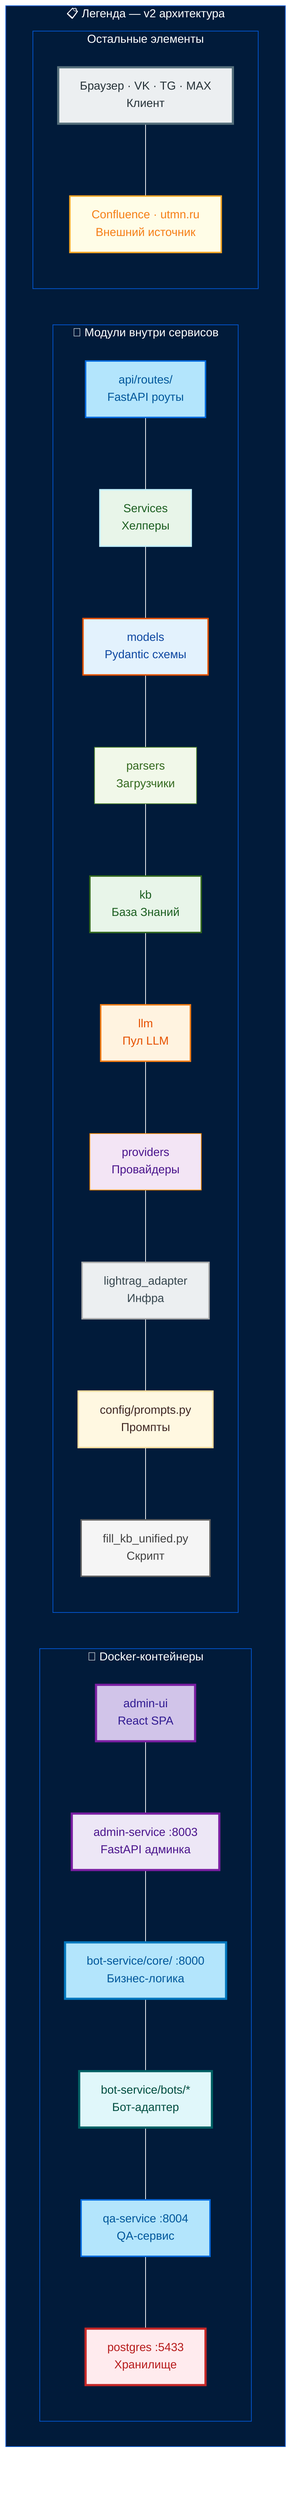
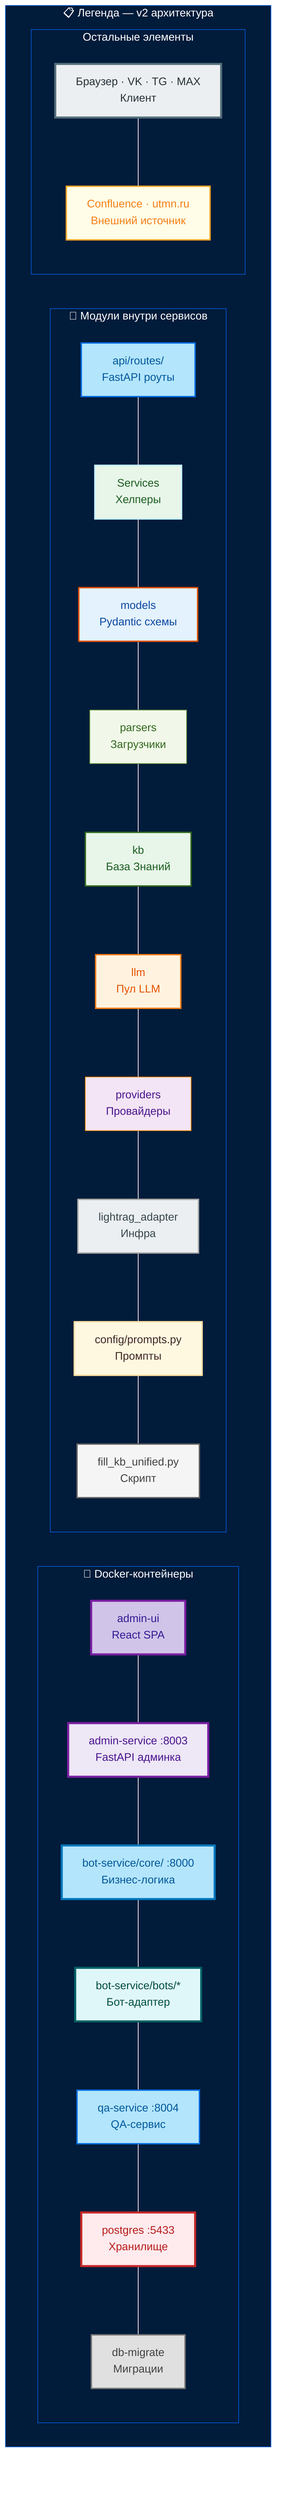
%%{
  init: {
    'theme': 'base',
    'themeVariables': {
      'background': '#011B3A',
      'primaryColor': '#032B50',
      'primaryTextColor': '#FFFFFF',
      'primaryBorderColor': '#046CE0',
      'lineColor': '#FFFFFF',
      'secondaryColor': '#021E39',
      'tertiaryColor': '#021E39',
      'clusterBkg': '#011B3A',
      'clusterBorder': '#0357D2',
      'nodeBorder': '#046CE0',
      'nodeTextColor': '#FFFFFF',
      'titleColor': '#FFFFFF'
    },
    'flowchart': {
      'htmlLabels': true,
      'curve': 'basis'
    }
  }
}%%

flowchart TB

  classDef admin fill:#EDE7F6,stroke:#7B1FA2,stroke-width:3px,color:#4A148C
  classDef ui fill:#D1C4E9,stroke:#7B1FA2,stroke-width:3px,color:#311B92
  classDef adapt fill:#E0F7FA,stroke:#006064,stroke-width:3px,color:#004D40
  classDef core fill:#B3E5FC,stroke:#0277BD,stroke-width:3px,color:#01579B
  classDef services fill:#E8F5E9,stroke:#C4F1FB,stroke-width:2px,color:#1B5E20
  classDef api fill:#B3E5FC,stroke:#046CE0,stroke-width:2px,color:#01579B
  classDef models fill:#E3F2FD,stroke:#E65100,stroke-width:2px,color:#0D47A1
  classDef parser fill:#F1F8E9,stroke:#558B2F,stroke-width:1px,color:#33691E
  classDef kb fill:#E8F5E9,stroke:#33691E,stroke-width:2px,color:#1B5E20
  classDef llm fill:#FFF3E0,stroke:#F57F17,stroke-width:2px,color:#E65100
  classDef provider fill:#F3E5F5,stroke:#FF8F00,stroke-width:1px,color:#4A148C
  classDef infra fill:#ECEFF1,stroke:#AAAAAA,stroke-width:2px,color:#37474F
  classDef prompt fill:#FFF8E1,stroke:#FFDE9F,stroke-width:2px,color:#3E2723
  classDef script fill:#F5F5F5,stroke:#616161,stroke-width:2px,color:#424242
  classDef external fill:#FFFDE7,stroke:#F9A825,stroke-width:2px,color:#F57F17
  classDef client fill:#ECEFF1,stroke:#546E7A,stroke-width:3px,color:#263238
  classDef storage fill:#FFEBEE,stroke:#C62828,stroke-width:3px,color:#B71C1C
+   classDef migrate fill:#E0E0E0,stroke:#757575,stroke-width:2px,color:#424242

  subgraph Legend["📋 Легенда — v2 архитектура"]

    subgraph Docker["🐳 Docker-контейнеры"]
      L1["admin-ui<br/>React SPA"]:::ui
      L2["admin-service :8003<br/>FastAPI админка"]:::admin
      L3["bot-service/core/ :8000<br/>Бизнес-логика"]:::core
      L4["bot-service/bots/*<br/>Бот-адаптер"]:::adapt
      L5["qa-service :8004<br/>QA-сервис"]:::api
      L6["postgres :5433<br/>Хранилище"]:::storage
+       L7["db-migrate<br/>Миграции"]:::migrate
      L1 --- L2
      L2 --- L3
      L3 --- L4
      L4 --- L5
      L5 --- L6
+       L6 --- L7
    end

    subgraph Modules["🧩 Модули внутри сервисов"]
      M1["api/routes/<br/>FastAPI роуты"]:::api
      M2["Services<br/>Хелперы"]:::services
      M3["models<br/>Pydantic схемы"]:::models
      M4["parsers<br/>Загрузчики"]:::parser
      M5["kb<br/>База Знаний"]:::kb
      M6["llm<br/>Пул LLM"]:::llm
      M7["providers<br/>Провайдеры"]:::provider
      M8["lightrag_adapter<br/>Инфра"]:::infra
      M9["config/prompts.py<br/>Промпты"]:::prompt
      M10["fill_kb_unified.py<br/>Скрипт"]:::script
      M1 --- M2
      M2 --- M3
      M3 --- M4
      M4 --- M5
      M5 --- M6
      M6 --- M7
      M7 --- M8
      M8 --- M9
      M9 --- M10
    end

    subgraph Other["Остальные элементы"]
      O1["Браузер · VK · TG · MAX<br/>Клиент"]:::client
      O2["Confluence · utmn.ru<br/>Внешний источник"]:::external
      O1 --- O2
    end

  end
